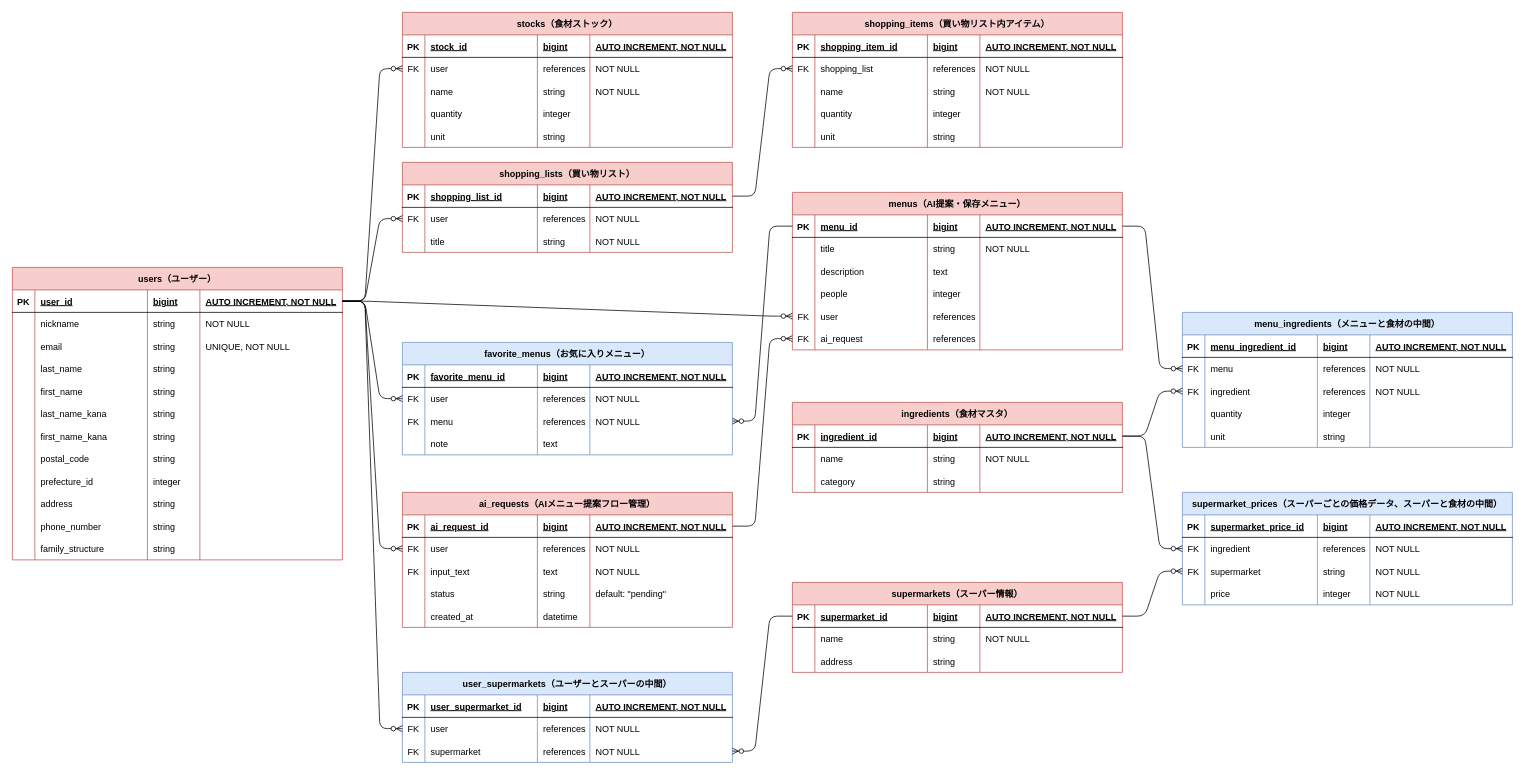
The draw.io diagram orifinal_ec_er.dio in UmeReds0729/original-ec-45213, before the edit. Source tidied: cells renumbered, new cells numbered last; positions are measured from the earlier drawing's top-left corner, leaving out a move shared by most shapes. Both pictures are drawn from the tidied source at 75%, with x=0, y=0 at pixel (12, 12).
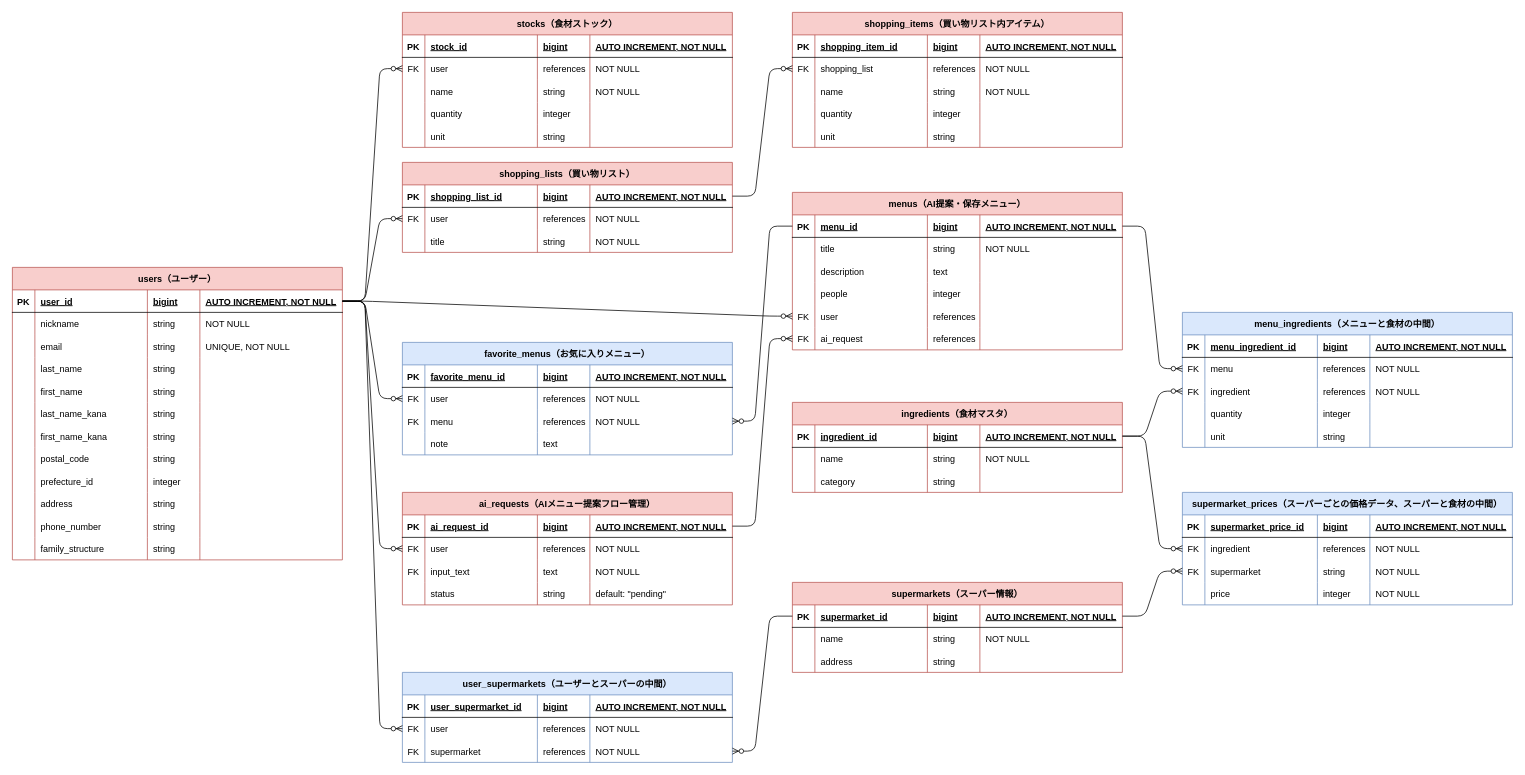
The same diagram, later.

Commit message (it also covers changes not shown here):
#4メニューと食材のCRUD+中間テーブル：DB設計の見直し②

What changed in the source:
```diff
@@
     <mxCell id="289" value="ai_requests（AIメニュー提案フロー管理）" style="shape=table;startSize=30;childLayout=tableLayout;rowLines=0;fontStyle=1;align=center;fillColor=#f8cecc;strokeColor=#b85450;" parent="1" vertex="1">
-      <mxGeometry x="520" y="640" width="440" height="180" as="geometry" />
+      <mxGeometry x="520" y="640" width="440" height="150" as="geometry" />
     </mxCell>
@@
-    <mxCell id="310" style="shape=tableRow;horizontal=0;startSize=0;swimlaneHead=0;swimlaneBody=0;fillColor=none;top=0;left=0;right=0;bottom=0;" parent="289" vertex="1">
-      <mxGeometry y="150" width="440" height="30" as="geometry" />
-    </mxCell>
-    <mxCell id="311" style="shape=partialRectangle;fillColor=none;top=0;left=0;bottom=0;right=0;overflow=hidden;" parent="310" vertex="1">
-      <mxGeometry width="30" height="30" as="geometry" />
-    </mxCell>
-    <mxCell id="312" value="created_at" style="shape=partialRectangle;fillColor=none;top=0;left=0;bottom=0;right=0;align=left;spacingLeft=6;overflow=hidden;" parent="310" vertex="1">
-      <mxGeometry x="30" width="150" height="30" as="geometry" />
-    </mxCell>
-    <mxCell id="313" value="datetime" style="shape=partialRectangle;fillColor=none;top=0;left=0;bottom=0;right=0;align=left;spacingLeft=6;overflow=hidden;" parent="310" vertex="1">
-      <mxGeometry x="180" width="70" height="30" as="geometry" />
-    </mxCell>
-    <mxCell id="314" style="shape=partialRectangle;fillColor=none;top=0;left=0;bottom=0;right=0;align=left;spacingLeft=6;overflow=hidden;" parent="310" vertex="1">
-      <mxGeometry x="250" width="190" height="30" as="geometry" />
-    </mxCell>
```
